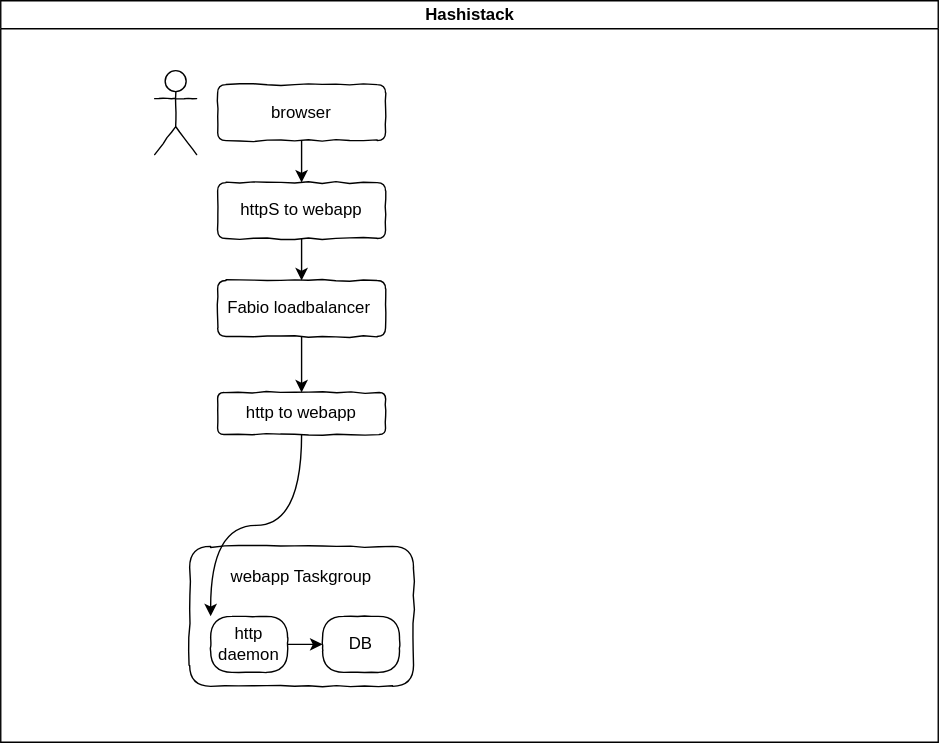
Before: gitlab-commit/overview.drawio.svg, a diagram exported from draw.io (traceypooh/slides). Source tidied: cells renumbered, new cells last; positions are measured from the earlier drawing's top-left corner, leaving out a move shared by most shapes. Source of this version:
```xml
<mxGraphModel>
  <root>
    <mxCell id="0" />
    <mxCell id="1" parent="0" />
    <mxCell id="2" value="Hashistack" style="swimlane;html=1;startSize=20;horizontal=1;containerType=tree;" parent="1" vertex="1">
      <mxGeometry width="670" height="530" as="geometry" />
    </mxCell>
    <mxCell id="3" style="edgeStyle=orthogonalEdgeStyle;rounded=0;jettySize=auto;html=1;entryX=0.5;entryY=0;entryDx=0;entryDy=0;" parent="2" edge="1" source="4" target="10">
      <mxGeometry relative="1" as="geometry" />
    </mxCell>
    <mxCell id="4" value="browser" style="whiteSpace=wrap;html=1;newEdgeStyle={&quot;edgeStyle&quot;:&quot;elbowEdgeStyle&quot;,&quot;startArrow&quot;:&quot;none&quot;,&quot;endArrow&quot;:&quot;none&quot;};comic=1;rounded=1;" parent="2" vertex="1">
      <mxGeometry x="155" y="60" width="120" height="40" as="geometry" />
    </mxCell>
    <mxCell id="5" style="edgeStyle=orthogonalEdgeStyle;rounded=0;jettySize=auto;html=1;entryX=0.5;entryY=0;entryDx=0;entryDy=0;" parent="2" edge="1" source="6" target="7">
      <mxGeometry relative="1" as="geometry" />
    </mxCell>
    <mxCell id="6" value="Fabio loadbalancer&amp;nbsp;" style="whiteSpace=wrap;html=1;newEdgeStyle={&quot;edgeStyle&quot;:&quot;elbowEdgeStyle&quot;,&quot;startArrow&quot;:&quot;none&quot;,&quot;endArrow&quot;:&quot;none&quot;};comic=1;rounded=1;" parent="2" vertex="1">
      <mxGeometry x="155" y="200" width="120" height="40" as="geometry" />
    </mxCell>
    <mxCell id="7" value="http to webapp" style="whiteSpace=wrap;html=1;newEdgeStyle={&quot;edgeStyle&quot;:&quot;elbowEdgeStyle&quot;,&quot;startArrow&quot;:&quot;none&quot;,&quot;endArrow&quot;:&quot;none&quot;};comic=1;rounded=1;" parent="2" vertex="1">
      <mxGeometry x="155" y="280" width="120" height="30" as="geometry" />
    </mxCell>
    <mxCell id="8" value="webapp Taskgroup&lt;br&gt;&lt;br&gt;&lt;br&gt;&lt;br&gt;&lt;br&gt;" style="whiteSpace=wrap;html=1;newEdgeStyle={&quot;edgeStyle&quot;:&quot;elbowEdgeStyle&quot;,&quot;startArrow&quot;:&quot;none&quot;,&quot;endArrow&quot;:&quot;none&quot;};comic=1;rounded=1;" parent="2" vertex="1">
      <mxGeometry x="135" y="390" width="160" height="100" as="geometry" />
    </mxCell>
    <mxCell id="9" style="edgeStyle=orthogonalEdgeStyle;rounded=0;jettySize=auto;html=1;entryX=0.5;entryY=0;entryDx=0;entryDy=0;" parent="2" edge="1" source="10" target="6">
      <mxGeometry relative="1" as="geometry" />
    </mxCell>
    <mxCell id="10" value="httpS to webapp" style="whiteSpace=wrap;html=1;newEdgeStyle={&quot;edgeStyle&quot;:&quot;elbowEdgeStyle&quot;,&quot;startArrow&quot;:&quot;none&quot;,&quot;endArrow&quot;:&quot;none&quot;};comic=1;rounded=1;" parent="2" vertex="1">
      <mxGeometry x="155" y="130" width="120" height="40" as="geometry" />
    </mxCell>
    <mxCell id="11" style="edgeStyle=orthogonalEdgeStyle;rounded=0;jettySize=auto;html=1;exitX=1;exitY=0.5;exitDx=0;exitDy=0;" parent="2" edge="1" source="12" target="13">
      <mxGeometry relative="1" as="geometry" />
    </mxCell>
    <mxCell id="12" value="http daemon" style="whiteSpace=wrap;html=1;newEdgeStyle={&quot;edgeStyle&quot;:&quot;elbowEdgeStyle&quot;,&quot;startArrow&quot;:&quot;none&quot;,&quot;endArrow&quot;:&quot;none&quot;};comic=1;rounded=1;arcSize=38;" parent="2" vertex="1">
      <mxGeometry x="150" y="440" width="55" height="40" as="geometry" />
    </mxCell>
    <mxCell id="13" value="DB" style="whiteSpace=wrap;html=1;newEdgeStyle={&quot;edgeStyle&quot;:&quot;elbowEdgeStyle&quot;,&quot;startArrow&quot;:&quot;none&quot;,&quot;endArrow&quot;:&quot;none&quot;};comic=1;rounded=1;arcSize=38;" parent="2" vertex="1">
      <mxGeometry x="230" y="440" width="55" height="40" as="geometry" />
    </mxCell>
    <mxCell id="14" style="shape=umlActor;verticalLabelPosition=bottom;labelBackgroundColor=#ffffff;verticalAlign=top;html=1;rounded=0;shadow=0;glass=0;comic=1;" parent="2" vertex="1">
      <mxGeometry x="110" y="50" width="30" height="60" as="geometry" />
    </mxCell>
    <mxCell id="15" style="edgeStyle=orthogonalEdgeStyle;rounded=0;jettySize=auto;html=1;entryX=0;entryY=0;entryDx=0;entryDy=0;curved=1;" parent="2" edge="1" source="7" target="12">
      <mxGeometry relative="1" as="geometry" />
    </mxCell>
  </root>
</mxGraphModel>
```
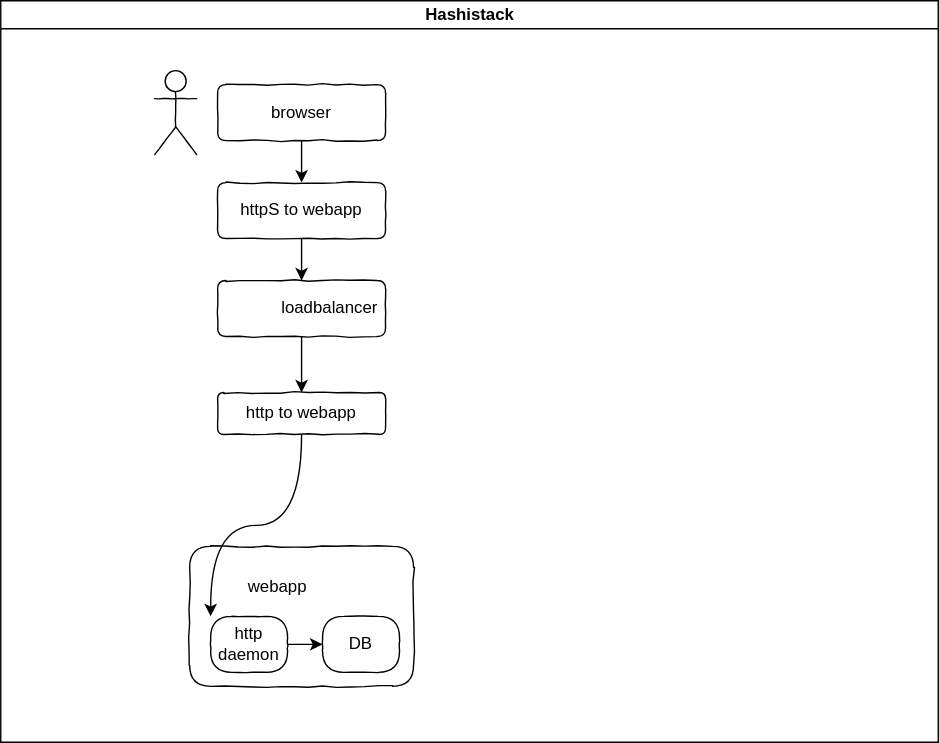
Later version of the same file.

Change to the diagram source:
```diff
@@ -14,13 +14,13 @@
     <mxCell id="5" style="edgeStyle=orthogonalEdgeStyle;rounded=0;jettySize=auto;html=1;entryX=0.5;entryY=0;entryDx=0;entryDy=0;" parent="2" edge="1" source="6" target="7">
       <mxGeometry relative="1" as="geometry" />
     </mxCell>
-    <mxCell id="6" value="Fabio loadbalancer&amp;nbsp;" style="whiteSpace=wrap;html=1;newEdgeStyle={&quot;edgeStyle&quot;:&quot;elbowEdgeStyle&quot;,&quot;startArrow&quot;:&quot;none&quot;,&quot;endArrow&quot;:&quot;none&quot;};comic=1;rounded=1;" parent="2" vertex="1">
+    <mxCell id="6" value="&lt;div&gt;&lt;span&gt;loadbalancer&amp;nbsp;&lt;/span&gt;&lt;/div&gt;" style="whiteSpace=wrap;html=1;newEdgeStyle={&quot;edgeStyle&quot;:&quot;elbowEdgeStyle&quot;,&quot;startArrow&quot;:&quot;none&quot;,&quot;endArrow&quot;:&quot;none&quot;};comic=1;rounded=1;align=right;" parent="2" vertex="1">
       <mxGeometry x="155" y="200" width="120" height="40" as="geometry" />
     </mxCell>
     <mxCell id="7" value="http to webapp" style="whiteSpace=wrap;html=1;newEdgeStyle={&quot;edgeStyle&quot;:&quot;elbowEdgeStyle&quot;,&quot;startArrow&quot;:&quot;none&quot;,&quot;endArrow&quot;:&quot;none&quot;};comic=1;rounded=1;" parent="2" vertex="1">
       <mxGeometry x="155" y="280" width="120" height="30" as="geometry" />
     </mxCell>
-    <mxCell id="8" value="webapp Taskgroup&lt;br&gt;&lt;br&gt;&lt;br&gt;&lt;br&gt;&lt;br&gt;" style="whiteSpace=wrap;html=1;newEdgeStyle={&quot;edgeStyle&quot;:&quot;elbowEdgeStyle&quot;,&quot;startArrow&quot;:&quot;none&quot;,&quot;endArrow&quot;:&quot;none&quot;};comic=1;rounded=1;" parent="2" vertex="1">
+    <mxCell id="8" value="&lt;blockquote style=&quot;margin: 0 0 0 40px ; border: none ; padding: 0px&quot;&gt;&lt;div&gt;&lt;span&gt;webapp&lt;/span&gt;&lt;/div&gt;&lt;br&gt;&lt;/blockquote&gt;&lt;blockquote style=&quot;margin: 0 0 0 40px ; border: none ; padding: 0px&quot;&gt;&lt;br&gt;&lt;/blockquote&gt;&lt;blockquote style=&quot;margin: 0 0 0 40px ; border: none ; padding: 0px&quot;&gt;&lt;br&gt;&lt;/blockquote&gt;" style="whiteSpace=wrap;html=1;newEdgeStyle={&quot;edgeStyle&quot;:&quot;elbowEdgeStyle&quot;,&quot;startArrow&quot;:&quot;none&quot;,&quot;endArrow&quot;:&quot;none&quot;};comic=1;rounded=1;align=left;" parent="2" vertex="1">
       <mxGeometry x="135" y="390" width="160" height="100" as="geometry" />
     </mxCell>
     <mxCell id="9" style="edgeStyle=orthogonalEdgeStyle;rounded=0;jettySize=auto;html=1;entryX=0.5;entryY=0;entryDx=0;entryDy=0;" parent="2" edge="1" source="10" target="6">
```
